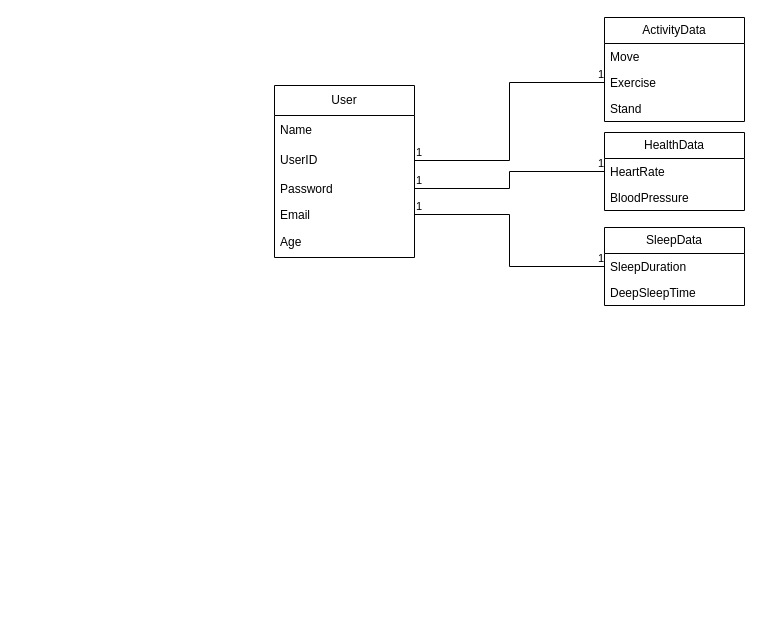
Before: 1/INFO 5100/Asmts/Group Assignment 1/Deliverables/Domain Model.drawio in yfeng445/NEU, a draw.io diagram. Source tidied: cells renumbered, new cells numbered last; positions are measured from the earlier drawing's top-left corner, leaving out a move shared by most shapes. Both pictures are drawn from the tidied source at 100%, with x=0, y=0 at pixel (274, 17).
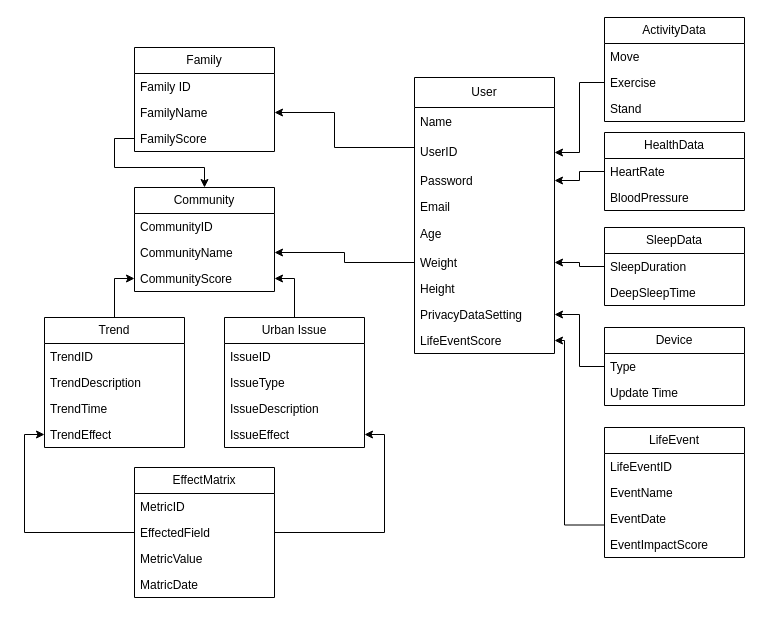
Above is the later version.

Unchanged cells that the change refers to:
```xml
<mxCell id="4" value="UserID" style="text;strokeColor=none;fillColor=none;align=left;verticalAlign=middle;spacingLeft=4;spacingRight=4;overflow=hidden;points=[[0,0.5],[1,0.5]];portConstraint=eastwest;whiteSpace=wrap;html=1;" parent="2" vertex="1">
  <mxGeometry y="60" width="140" height="30" as="geometry" />
</mxCell>
<mxCell id="5" value="Password" style="text;strokeColor=none;fillColor=none;align=left;verticalAlign=top;spacingLeft=4;spacingRight=4;overflow=hidden;points=[[0,0.5],[1,0.5]];portConstraint=eastwest;whiteSpace=wrap;html=1;" parent="2" vertex="1">
  <mxGeometry y="90" width="140" height="26" as="geometry" />
</mxCell>
<mxCell id="6" value="Email&lt;div&gt;&lt;br&gt;&lt;/div&gt;" style="text;strokeColor=none;fillColor=none;align=left;verticalAlign=top;spacingLeft=4;spacingRight=4;overflow=hidden;points=[[0,0.5],[1,0.5]];portConstraint=eastwest;whiteSpace=wrap;html=1;" parent="2" vertex="1">
  <mxGeometry y="116" width="140" height="26" as="geometry" />
</mxCell>
<mxCell id="9" value="SleepDuration" style="text;strokeColor=none;fillColor=none;align=left;verticalAlign=top;spacingLeft=4;spacingRight=4;overflow=hidden;points=[[0,0.5],[1,0.5]];portConstraint=eastwest;whiteSpace=wrap;html=1;" parent="8" vertex="1">
  <mxGeometry y="26" width="140" height="26" as="geometry" />
</mxCell>
<mxCell id="12" value="HeartRate" style="text;strokeColor=none;fillColor=none;align=left;verticalAlign=top;spacingLeft=4;spacingRight=4;overflow=hidden;points=[[0,0.5],[1,0.5]];portConstraint=eastwest;whiteSpace=wrap;html=1;" parent="11" vertex="1">
  <mxGeometry y="26" width="140" height="26" as="geometry" />
</mxCell>
<mxCell id="16" value="Exercise" style="text;strokeColor=none;fillColor=none;align=left;verticalAlign=top;spacingLeft=4;spacingRight=4;overflow=hidden;points=[[0,0.5],[1,0.5]];portConstraint=eastwest;whiteSpace=wrap;html=1;" parent="14" vertex="1">
  <mxGeometry y="52" width="140" height="26" as="geometry" />
</mxCell>
```

Diff of the diagram source:
```diff
@@
     <mxCell id="2" value="User" style="swimlane;fontStyle=0;horizontal=1;startSize=30;whiteSpace=wrap;html=1;" parent="1" vertex="1">
-      <mxGeometry y="68" width="140" height="172" as="geometry" />
+      <mxGeometry x="140" y="60" width="140" height="276" as="geometry" />
     </mxCell>
@@
+    <mxCell id="27" value="Weight" style="text;strokeColor=none;fillColor=none;align=left;verticalAlign=top;spacingLeft=4;spacingRight=4;overflow=hidden;points=[[0,0.5],[1,0.5]];portConstraint=eastwest;whiteSpace=wrap;html=1;" parent="2" vertex="1">
+      <mxGeometry y="172" width="140" height="26" as="geometry" />
+    </mxCell>
+    <mxCell id="28" value="Height" style="text;strokeColor=none;fillColor=none;align=left;verticalAlign=top;spacingLeft=4;spacingRight=4;overflow=hidden;whiteSpace=wrap;html=1;" parent="2" vertex="1">
+      <mxGeometry y="198" width="140" height="26" as="geometry" />
+    </mxCell>
+    <mxCell id="29" value="PrivacyDataSetting" style="text;strokeColor=none;fillColor=none;align=left;verticalAlign=top;spacingLeft=4;spacingRight=4;overflow=hidden;points=[[0,0.5],[1,0.5]];portConstraint=eastwest;whiteSpace=wrap;html=1;" parent="2" vertex="1">
+      <mxGeometry y="224" width="140" height="26" as="geometry" />
+    </mxCell>
+    <mxCell id="30" value="LifeEventScore" style="text;strokeColor=none;fillColor=none;align=left;verticalAlign=top;spacingLeft=4;spacingRight=4;overflow=hidden;points=[[0,0.5],[1,0.5]];portConstraint=eastwest;whiteSpace=wrap;html=1;" parent="2" vertex="1">
+      <mxGeometry y="250" width="140" height="26" as="geometry" />
+    </mxCell>
@@
-    <mxCell id="18" style="endArrow=none;html=1;edgeStyle=orthogonalEdgeStyle;rounded=0;exitX=1;exitY=0.5;exitDx=0;exitDy=0;entryX=0;entryY=0.5;entryDx=0;entryDy=0;" parent="1" edge="1" source="4" target="16">
-      <mxGeometry relative="1" as="geometry" />
-    </mxCell>
-    <mxCell id="19" value="1" style="edgeLabel;html=1;align=left;verticalAlign=bottom;" parent="18" vertex="1">
-      <mxGeometry x="-1" relative="1" as="geometry" />
-    </mxCell>
-    <mxCell id="20" value="1" style="edgeLabel;html=1;align=right;verticalAlign=bottom;" parent="18" vertex="1">
-      <mxGeometry x="1" relative="1" as="geometry" />
-    </mxCell>
-    <mxCell id="21" style="endArrow=none;html=1;edgeStyle=orthogonalEdgeStyle;rounded=0;exitX=1;exitY=0.5;exitDx=0;exitDy=0;entryX=0;entryY=0.5;entryDx=0;entryDy=0;" parent="1" edge="1" source="5" target="12">
-      <mxGeometry relative="1" as="geometry" />
-    </mxCell>
-    <mxCell id="22" value="1" style="edgeLabel;html=1;align=left;verticalAlign=bottom;" parent="21" vertex="1">
-      <mxGeometry x="-1" relative="1" as="geometry" />
-    </mxCell>
-    <mxCell id="23" value="1" style="edgeLabel;html=1;align=right;verticalAlign=bottom;" parent="21" vertex="1">
-      <mxGeometry x="1" relative="1" as="geometry" />
-    </mxCell>
-    <mxCell id="24" style="endArrow=none;html=1;edgeStyle=orthogonalEdgeStyle;rounded=0;exitX=1;exitY=0.5;exitDx=0;exitDy=0;entryX=0;entryY=0.5;entryDx=0;entryDy=0;" parent="1" edge="1" source="6" target="9">
-      <mxGeometry relative="1" as="geometry" />
-    </mxCell>
-    <mxCell id="25" value="1" style="edgeLabel;html=1;align=left;verticalAlign=bottom;" parent="24" vertex="1">
-      <mxGeometry x="-1" relative="1" as="geometry" />
-    </mxCell>
-    <mxCell id="26" value="1" style="edgeLabel;html=1;align=right;verticalAlign=bottom;" parent="24" vertex="1">
-      <mxGeometry x="1" relative="1" as="geometry" />
-    </mxCell>
+    <mxCell id="31" value="Family" style="swimlane;fontStyle=0;horizontal=1;startSize=26;fillColor=none;whiteSpace=wrap;html=1;" parent="1" vertex="1">
+      <mxGeometry x="-140" y="30" width="140" height="104" as="geometry" />
+    </mxCell>
+    <mxCell id="32" value="Family ID" style="text;strokeColor=none;fillColor=none;align=left;verticalAlign=top;spacingLeft=4;spacingRight=4;overflow=hidden;whiteSpace=wrap;html=1;" parent="31" vertex="1">
+      <mxGeometry y="26" width="140" height="26" as="geometry" />
+    </mxCell>
+    <mxCell id="33" value="FamilyName" style="text;strokeColor=none;fillColor=none;align=left;verticalAlign=top;spacingLeft=4;spacingRight=4;overflow=hidden;points=[[0,0.5],[1,0.5]];portConstraint=eastwest;whiteSpace=wrap;html=1;" parent="31" vertex="1">
+      <mxGeometry y="52" width="140" height="26" as="geometry" />
+    </mxCell>
+    <mxCell id="34" value="FamilyScore" style="text;strokeColor=none;fillColor=none;align=left;verticalAlign=top;spacingLeft=4;spacingRight=4;overflow=hidden;points=[[0,0.5],[1,0.5]];portConstraint=eastwest;whiteSpace=wrap;html=1;" parent="31" vertex="1">
+      <mxGeometry y="78" width="140" height="26" as="geometry" />
+    </mxCell>
+    <mxCell id="35" value="Device" style="swimlane;fontStyle=0;horizontal=1;startSize=26;fillColor=none;whiteSpace=wrap;html=1;" parent="1" vertex="1">
+      <mxGeometry x="330" y="310" width="140" height="78" as="geometry" />
+    </mxCell>
+    <mxCell id="36" value="Type" style="text;strokeColor=none;fillColor=none;align=left;verticalAlign=top;spacingLeft=4;spacingRight=4;overflow=hidden;points=[[0,0.5],[1,0.5]];portConstraint=eastwest;whiteSpace=wrap;html=1;" parent="35" vertex="1">
+      <mxGeometry y="26" width="140" height="26" as="geometry" />
+    </mxCell>
+    <mxCell id="37" value="Update Time" style="text;strokeColor=none;fillColor=none;align=left;verticalAlign=top;spacingLeft=4;spacingRight=4;overflow=hidden;whiteSpace=wrap;html=1;" parent="35" vertex="1">
+      <mxGeometry y="52" width="140" height="26" as="geometry" />
+    </mxCell>
+    <mxCell id="38" style="edgeStyle=orthogonalEdgeStyle;rounded=0;jettySize=auto;html=1;exitX=0;exitY=0.5;exitDx=0;exitDy=0;entryX=1;entryY=0.5;entryDx=0;entryDy=0;" parent="1" edge="1" source="36" target="29">
+      <mxGeometry relative="1" as="geometry" />
+    </mxCell>
+    <mxCell id="39" style="edgeStyle=orthogonalEdgeStyle;rounded=0;jettySize=auto;html=1;exitX=0;exitY=0.5;exitDx=0;exitDy=0;entryX=1;entryY=0.5;entryDx=0;entryDy=0;" parent="1" edge="1" source="9" target="27">
+      <mxGeometry relative="1" as="geometry" />
+    </mxCell>
+    <mxCell id="40" style="edgeStyle=orthogonalEdgeStyle;rounded=0;jettySize=auto;html=1;exitX=0;exitY=0.5;exitDx=0;exitDy=0;entryX=1;entryY=0.5;entryDx=0;entryDy=0;" parent="1" edge="1" source="12" target="5">
+      <mxGeometry relative="1" as="geometry" />
+    </mxCell>
+    <mxCell id="41" style="edgeStyle=orthogonalEdgeStyle;rounded=0;jettySize=auto;html=1;exitX=0;exitY=0.5;exitDx=0;exitDy=0;entryX=1;entryY=0.5;entryDx=0;entryDy=0;" parent="1" edge="1" source="16" target="4">
+      <mxGeometry relative="1" as="geometry" />
+    </mxCell>
+    <mxCell id="42" style="edgeStyle=orthogonalEdgeStyle;rounded=0;jettySize=auto;html=1;exitX=0;exitY=0.5;exitDx=0;exitDy=0;entryX=1;entryY=0.5;entryDx=0;entryDy=0;" parent="1" edge="1" source="6" target="33">
+      <mxGeometry relative="1" as="geometry">
+        <Array as="points">
+          <mxPoint x="140" y="130" />
+          <mxPoint x="60" y="130" />
+          <mxPoint x="60" y="95" />
+        </Array>
+      </mxGeometry>
+    </mxCell>
+    <mxCell id="43" value="Community" style="swimlane;fontStyle=0;horizontal=1;startSize=26;fillColor=none;whiteSpace=wrap;html=1;" parent="1" vertex="1">
+      <mxGeometry x="-140" y="170" width="140" height="104" as="geometry" />
+    </mxCell>
+    <mxCell id="44" value="CommunityID" style="text;strokeColor=none;fillColor=none;align=left;verticalAlign=top;spacingLeft=4;spacingRight=4;overflow=hidden;whiteSpace=wrap;html=1;" parent="43" vertex="1">
+      <mxGeometry y="26" width="140" height="26" as="geometry" />
+    </mxCell>
+    <mxCell id="45" value="CommunityName" style="text;strokeColor=none;fillColor=none;align=left;verticalAlign=top;spacingLeft=4;spacingRight=4;overflow=hidden;points=[[0,0.5],[1,0.5]];portConstraint=eastwest;whiteSpace=wrap;html=1;" parent="43" vertex="1">
+      <mxGeometry y="52" width="140" height="26" as="geometry" />
+    </mxCell>
+    <mxCell id="46" value="CommunityScore" style="text;strokeColor=none;fillColor=none;align=left;verticalAlign=top;spacingLeft=4;spacingRight=4;overflow=hidden;points=[[0,0.5],[1,0.5]];portConstraint=eastwest;whiteSpace=wrap;html=1;" parent="43" vertex="1">
+      <mxGeometry y="78" width="140" height="26" as="geometry" />
+    </mxCell>
+    <mxCell id="47" style="edgeStyle=orthogonalEdgeStyle;rounded=0;jettySize=auto;html=1;exitX=0;exitY=0.5;exitDx=0;exitDy=0;entryX=0.5;entryY=0;entryDx=0;entryDy=0;" parent="1" edge="1" source="34" target="43">
+      <mxGeometry relative="1" as="geometry">
+        <Array as="points">
+          <mxPoint x="-160" y="121" />
+          <mxPoint x="-160" y="150" />
+          <mxPoint x="-70" y="150" />
+        </Array>
+      </mxGeometry>
+    </mxCell>
+    <mxCell id="48" style="edgeStyle=orthogonalEdgeStyle;rounded=0;jettySize=auto;html=1;exitX=0;exitY=0.5;exitDx=0;exitDy=0;entryX=1;entryY=0.5;entryDx=0;entryDy=0;" parent="1" edge="1" source="27" target="45">
+      <mxGeometry relative="1" as="geometry" />
+    </mxCell>
+    <mxCell id="49" style="edgeStyle=orthogonalEdgeStyle;rounded=0;jettySize=auto;html=1;exitX=0.5;exitY=0;exitDx=0;exitDy=0;entryX=0;entryY=0.5;entryDx=0;entryDy=0;" parent="1" edge="1" source="50" target="46">
+      <mxGeometry relative="1" as="geometry" />
+    </mxCell>
+    <mxCell id="50" value="Trend" style="swimlane;fontStyle=0;horizontal=1;startSize=26;fillColor=none;whiteSpace=wrap;html=1;" parent="1" vertex="1">
+      <mxGeometry x="-230" y="300" width="140" height="130" as="geometry" />
+    </mxCell>
+    <mxCell id="51" value="TrendID" style="text;strokeColor=none;fillColor=none;align=left;verticalAlign=top;spacingLeft=4;spacingRight=4;overflow=hidden;whiteSpace=wrap;html=1;" parent="50" vertex="1">
+      <mxGeometry y="26" width="140" height="26" as="geometry" />
+    </mxCell>
+    <mxCell id="52" value="TrendDescription" style="text;strokeColor=none;fillColor=none;align=left;verticalAlign=top;spacingLeft=4;spacingRight=4;overflow=hidden;whiteSpace=wrap;html=1;" parent="50" vertex="1">
+      <mxGeometry y="52" width="140" height="26" as="geometry" />
+    </mxCell>
+    <mxCell id="53" value="TrendTime" style="text;strokeColor=none;fillColor=none;align=left;verticalAlign=top;spacingLeft=4;spacingRight=4;overflow=hidden;whiteSpace=wrap;html=1;" parent="50" vertex="1">
+      <mxGeometry y="78" width="140" height="26" as="geometry" />
+    </mxCell>
+    <mxCell id="54" value="TrendEffect" style="text;strokeColor=none;fillColor=none;align=left;verticalAlign=top;spacingLeft=4;spacingRight=4;overflow=hidden;points=[[0,0.5],[1,0.5]];portConstraint=eastwest;whiteSpace=wrap;html=1;" parent="50" vertex="1">
+      <mxGeometry y="104" width="140" height="26" as="geometry" />
+    </mxCell>
+    <mxCell id="55" style="edgeStyle=orthogonalEdgeStyle;rounded=0;jettySize=auto;html=1;exitX=0.5;exitY=0;exitDx=0;exitDy=0;entryX=1;entryY=0.5;entryDx=0;entryDy=0;" parent="1" edge="1" source="56" target="46">
+      <mxGeometry relative="1" as="geometry" />
+    </mxCell>
+    <mxCell id="56" value="Urban Issue" style="swimlane;fontStyle=0;horizontal=1;startSize=26;fillColor=none;whiteSpace=wrap;html=1;" parent="1" vertex="1">
+      <mxGeometry x="-50" y="300" width="140" height="130" as="geometry" />
+    </mxCell>
+    <mxCell id="57" value="IssueID" style="text;strokeColor=none;fillColor=none;align=left;verticalAlign=top;spacingLeft=4;spacingRight=4;overflow=hidden;whiteSpace=wrap;html=1;" parent="56" vertex="1">
+      <mxGeometry y="26" width="140" height="26" as="geometry" />
+    </mxCell>
+    <mxCell id="58" value="IssueType" style="text;strokeColor=none;fillColor=none;align=left;verticalAlign=top;spacingLeft=4;spacingRight=4;overflow=hidden;whiteSpace=wrap;html=1;" parent="56" vertex="1">
+      <mxGeometry y="52" width="140" height="26" as="geometry" />
+    </mxCell>
+    <mxCell id="59" value="IssueDescription" style="text;strokeColor=none;fillColor=none;align=left;verticalAlign=top;spacingLeft=4;spacingRight=4;overflow=hidden;whiteSpace=wrap;html=1;" parent="56" vertex="1">
+      <mxGeometry y="78" width="140" height="26" as="geometry" />
+    </mxCell>
+    <mxCell id="60" value="IssueEffect" style="text;strokeColor=none;fillColor=none;align=left;verticalAlign=top;spacingLeft=4;spacingRight=4;overflow=hidden;points=[[0,0.5],[1,0.5]];portConstraint=eastwest;whiteSpace=wrap;html=1;" parent="56" vertex="1">
+      <mxGeometry y="104" width="140" height="26" as="geometry" />
+    </mxCell>
+    <mxCell id="61" style="edgeStyle=orthogonalEdgeStyle;rounded=0;jettySize=auto;html=1;exitX=0;exitY=0.75;exitDx=0;exitDy=0;entryX=1;entryY=0.5;entryDx=0;entryDy=0;" parent="1" edge="1" source="62" target="30">
+      <mxGeometry relative="1" as="geometry">
+        <Array as="points">
+          <mxPoint x="290" y="508" />
+          <mxPoint x="290" y="323" />
+        </Array>
+      </mxGeometry>
+    </mxCell>
+    <mxCell id="62" value="LifeEvent" style="swimlane;fontStyle=0;horizontal=1;startSize=26;fillColor=none;whiteSpace=wrap;html=1;" parent="1" vertex="1">
+      <mxGeometry x="330" y="410" width="140" height="130" as="geometry" />
+    </mxCell>
+    <mxCell id="63" value="LifeEventID" style="text;strokeColor=none;fillColor=none;align=left;verticalAlign=top;spacingLeft=4;spacingRight=4;overflow=hidden;whiteSpace=wrap;html=1;" parent="62" vertex="1">
+      <mxGeometry y="26" width="140" height="26" as="geometry" />
+    </mxCell>
+    <mxCell id="64" value="EventName" style="text;strokeColor=none;fillColor=none;align=left;verticalAlign=top;spacingLeft=4;spacingRight=4;overflow=hidden;whiteSpace=wrap;html=1;" parent="62" vertex="1">
+      <mxGeometry y="52" width="140" height="26" as="geometry" />
+    </mxCell>
+    <mxCell id="65" value="EventDate" style="text;strokeColor=none;fillColor=none;align=left;verticalAlign=top;spacingLeft=4;spacingRight=4;overflow=hidden;whiteSpace=wrap;html=1;" parent="62" vertex="1">
+      <mxGeometry y="78" width="140" height="26" as="geometry" />
+    </mxCell>
+    <mxCell id="66" value="EventImpactScore" style="text;strokeColor=none;fillColor=none;align=left;verticalAlign=top;spacingLeft=4;spacingRight=4;overflow=hidden;whiteSpace=wrap;html=1;" parent="62" vertex="1">
+      <mxGeometry y="104" width="140" height="26" as="geometry" />
+    </mxCell>
+    <mxCell id="67" style="edgeStyle=orthogonalEdgeStyle;rounded=0;jettySize=auto;html=1;exitX=0;exitY=0.5;exitDx=0;exitDy=0;entryX=0;entryY=0.5;entryDx=0;entryDy=0;" parent="1" edge="1" source="69" target="54">
+      <mxGeometry relative="1" as="geometry" />
+    </mxCell>
+    <mxCell id="68" style="edgeStyle=orthogonalEdgeStyle;rounded=0;jettySize=auto;html=1;exitX=1;exitY=0.5;exitDx=0;exitDy=0;entryX=1;entryY=0.5;entryDx=0;entryDy=0;" parent="1" edge="1" source="69" target="60">
+      <mxGeometry relative="1" as="geometry" />
+    </mxCell>
+    <mxCell id="69" value="EffectMatrix" style="swimlane;fontStyle=0;horizontal=1;startSize=26;fillColor=none;whiteSpace=wrap;html=1;" parent="1" vertex="1">
+      <mxGeometry x="-140" y="450" width="140" height="130" as="geometry" />
+    </mxCell>
+    <mxCell id="70" value="MetricID" style="text;strokeColor=none;fillColor=none;align=left;verticalAlign=top;spacingLeft=4;spacingRight=4;overflow=hidden;whiteSpace=wrap;html=1;" parent="69" vertex="1">
+      <mxGeometry y="26" width="140" height="26" as="geometry" />
+    </mxCell>
+    <mxCell id="71" value="EffectedField" style="text;strokeColor=none;fillColor=none;align=left;verticalAlign=top;spacingLeft=4;spacingRight=4;overflow=hidden;whiteSpace=wrap;html=1;" parent="69" vertex="1">
+      <mxGeometry y="52" width="140" height="26" as="geometry" />
+    </mxCell>
+    <mxCell id="72" value="MetricValue" style="text;strokeColor=none;fillColor=none;align=left;verticalAlign=top;spacingLeft=4;spacingRight=4;overflow=hidden;whiteSpace=wrap;html=1;" parent="69" vertex="1">
+      <mxGeometry y="78" width="140" height="26" as="geometry" />
+    </mxCell>
+    <mxCell id="73" value="MatricDate" style="text;strokeColor=none;fillColor=none;align=left;verticalAlign=top;spacingLeft=4;spacingRight=4;overflow=hidden;whiteSpace=wrap;html=1;" parent="69" vertex="1">
+      <mxGeometry y="104" width="140" height="26" as="geometry" />
+    </mxCell>
```
